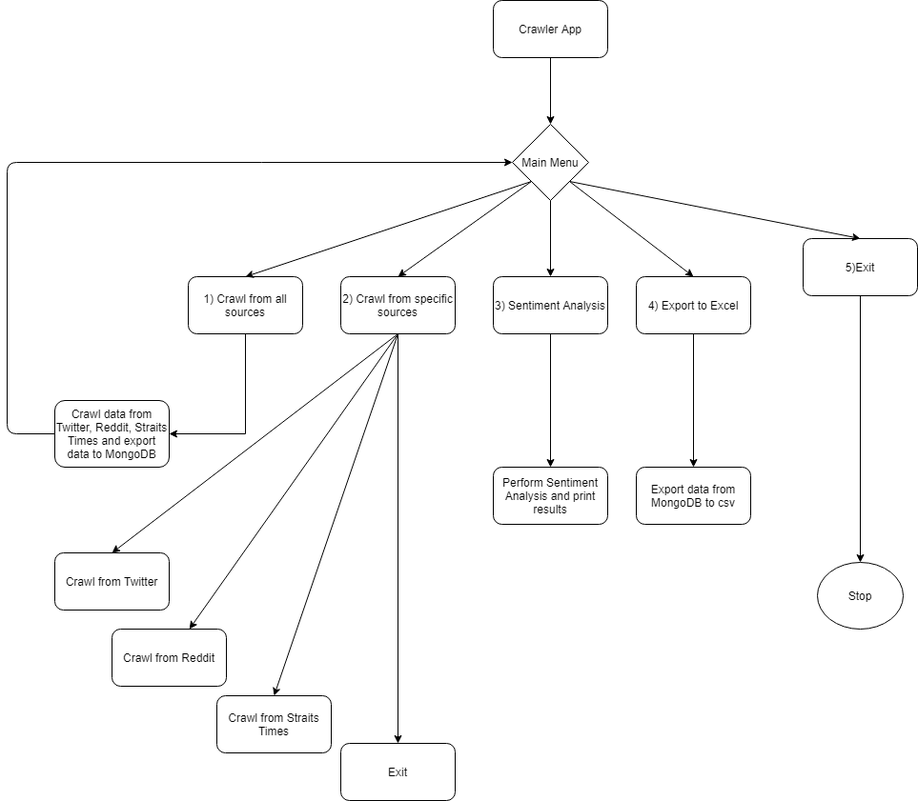
This is Spooder/Untitled Diagram.png from yxchia98/spooder, a draw.io export, as it was before one commit. Source tidied: cells renumbered, new cells last; positions are measured from the earlier drawing's top-left corner, leaving out a move shared by most shapes.
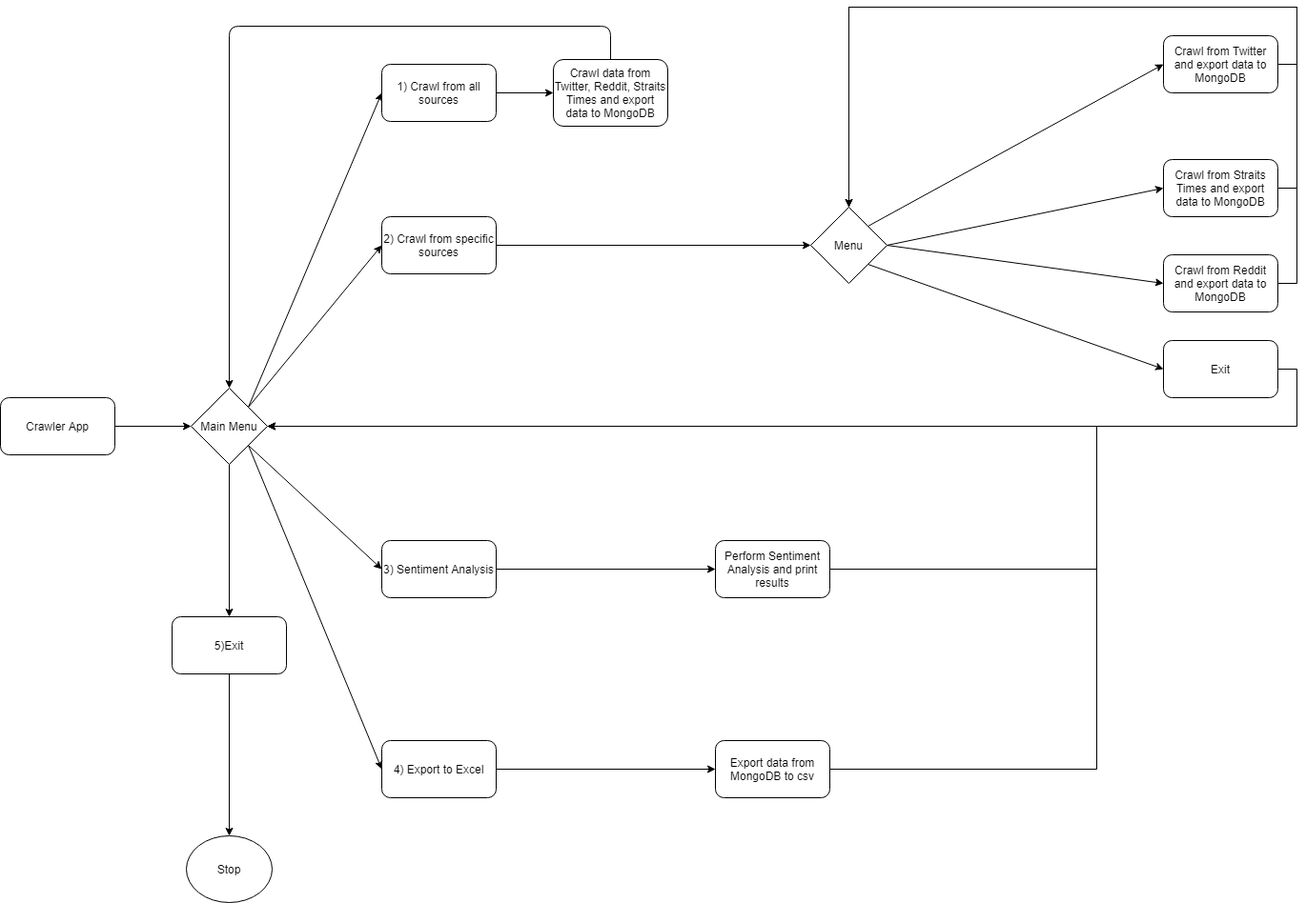
The same diagram one commit later.

The edit, as a diff of the source:
```diff
@@ -2,100 +2,157 @@
   <root>
     <mxCell id="0" />
     <mxCell id="1" parent="0" />
-    <mxCell id="2" style="edgeStyle=orthogonalEdgeStyle;rounded=0;jettySize=auto;html=1;exitX=0.5;exitY=1;exitDx=0;exitDy=0;entryX=1;entryY=0.5;entryDx=0;entryDy=0;" parent="1" edge="1" source="3" target="19">
+    <mxCell id="2" style="edgeStyle=orthogonalEdgeStyle;rounded=0;jettySize=auto;html=1;exitX=1;exitY=0.5;exitDx=0;exitDy=0;entryX=0;entryY=0.5;entryDx=0;entryDy=0;" parent="1" edge="1" source="3" target="19">
       <mxGeometry relative="1" as="geometry" />
     </mxCell>
     <mxCell id="3" value="1) Crawl from all sources" style="rounded=1;whiteSpace=wrap;html=1;" parent="1" vertex="1">
-      <mxGeometry x="190" y="290" width="120" height="60" as="geometry" />
+      <mxGeometry x="-250" y="40" width="120" height="60" as="geometry" />
     </mxCell>
-    <mxCell id="4" style="edgeStyle=orthogonalEdgeStyle;rounded=0;jettySize=auto;html=1;exitX=0.5;exitY=1;exitDx=0;exitDy=0;" parent="1" edge="1" source="5" target="29">
+    <mxCell id="4" style="edgeStyle=orthogonalEdgeStyle;rounded=0;jettySize=auto;html=1;exitX=1;exitY=0.5;exitDx=0;exitDy=0;entryX=0;entryY=0.5;entryDx=0;entryDy=0;" parent="1" edge="1" source="5" target="29">
       <mxGeometry relative="1" as="geometry" />
     </mxCell>
     <mxCell id="5" value="4) Export to Excel" style="rounded=1;whiteSpace=wrap;html=1;" parent="1" vertex="1">
-      <mxGeometry x="660" y="290" width="120" height="60" as="geometry" />
+      <mxGeometry x="-250" y="750" width="120" height="60" as="geometry" />
     </mxCell>
     <mxCell id="6" value="3) Sentiment Analysis" style="rounded=1;whiteSpace=wrap;html=1;" parent="1" vertex="1">
-      <mxGeometry x="510" y="290" width="120" height="60" as="geometry" />
+      <mxGeometry x="-250" y="540" width="120" height="60" as="geometry" />
     </mxCell>
+    <mxCell id="32" style="edgeStyle=orthogonalEdgeStyle;rounded=0;jettySize=auto;html=1;" parent="1" edge="1" source="7" target="39">
+      <mxGeometry relative="1" as="geometry" />
+    </mxCell>
     <mxCell id="7" value="2) Crawl from specific sources" style="rounded=1;whiteSpace=wrap;html=1;" parent="1" vertex="1">
-      <mxGeometry x="350" y="290" width="120" height="60" as="geometry" />
+      <mxGeometry x="-250" y="200" width="120" height="60" as="geometry" />
     </mxCell>
-    <mxCell id="8" style="edgeStyle=orthogonalEdgeStyle;rounded=0;jettySize=auto;html=1;exitX=0.5;exitY=1;exitDx=0;exitDy=0;" parent="1" edge="1" source="9" target="17">
+    <mxCell id="8" style="edgeStyle=orthogonalEdgeStyle;rounded=0;jettySize=auto;html=1;exitX=1;exitY=0.5;exitDx=0;exitDy=0;" parent="1" edge="1" source="9" target="17">
       <mxGeometry relative="1" as="geometry" />
     </mxCell>
     <mxCell id="9" value="Crawler App" style="rounded=1;whiteSpace=wrap;html=1;" parent="1" vertex="1">
-      <mxGeometry x="510" width="120" height="60" as="geometry" />
+      <mxGeometry x="-650" y="390" width="120" height="60" as="geometry" />
     </mxCell>
     <mxCell id="10" style="edgeStyle=orthogonalEdgeStyle;rounded=0;jettySize=auto;html=1;exitX=0.5;exitY=1;exitDx=0;exitDy=0;entryX=0.5;entryY=0;entryDx=0;entryDy=0;" parent="1" edge="1" source="11" target="18">
       <mxGeometry relative="1" as="geometry" />
     </mxCell>
     <mxCell id="11" value="5)Exit" style="rounded=1;whiteSpace=wrap;html=1;" parent="1" vertex="1">
-      <mxGeometry x="835" y="250" width="120" height="60" as="geometry" />
+      <mxGeometry x="-470" y="620" width="120" height="60" as="geometry" />
     </mxCell>
-    <mxCell id="12" style="endArrow=classic;html=1;entryX=0.5;entryY=0;entryDx=0;entryDy=0;exitX=0;exitY=1;exitDx=0;exitDy=0;" parent="1" edge="1" source="17" target="3">
+    <mxCell id="12" style="endArrow=classic;html=1;entryX=0;entryY=0.5;entryDx=0;entryDy=0;exitX=1;exitY=0;exitDx=0;exitDy=0;" parent="1" edge="1" source="17" target="3">
       <mxGeometry relative="1" as="geometry" />
     </mxCell>
-    <mxCell id="13" style="endArrow=classic;html=1;entryX=0.5;entryY=0;entryDx=0;entryDy=0;exitX=0;exitY=1;exitDx=0;exitDy=0;" parent="1" edge="1" source="17" target="7">
+    <mxCell id="13" style="endArrow=classic;html=1;entryX=0;entryY=0.5;entryDx=0;entryDy=0;exitX=1;exitY=0;exitDx=0;exitDy=0;" parent="1" edge="1" source="17" target="7">
       <mxGeometry relative="1" as="geometry" />
     </mxCell>
-    <mxCell id="14" style="endArrow=classic;html=1;entryX=0.5;entryY=0;entryDx=0;entryDy=0;exitX=0.5;exitY=1;exitDx=0;exitDy=0;" parent="1" edge="1" source="17" target="6">
+    <mxCell id="14" style="endArrow=classic;html=1;entryX=0;entryY=0.5;entryDx=0;entryDy=0;exitX=1;exitY=1;exitDx=0;exitDy=0;" parent="1" edge="1" source="17" target="6">
       <mxGeometry relative="1" as="geometry" />
     </mxCell>
-    <mxCell id="15" style="endArrow=classic;html=1;exitX=1;exitY=1;exitDx=0;exitDy=0;entryX=0.5;entryY=0;entryDx=0;entryDy=0;" parent="1" edge="1" source="17" target="5">
+    <mxCell id="15" style="endArrow=classic;html=1;exitX=1;exitY=1;exitDx=0;exitDy=0;entryX=0;entryY=0.5;entryDx=0;entryDy=0;" parent="1" edge="1" source="17" target="5">
       <mxGeometry relative="1" as="geometry" />
     </mxCell>
-    <mxCell id="16" style="endArrow=classic;html=1;entryX=0.5;entryY=0;entryDx=0;entryDy=0;exitX=1;exitY=1;exitDx=0;exitDy=0;" parent="1" edge="1" source="17" target="11">
+    <mxCell id="16" style="endArrow=classic;html=1;entryX=0.5;entryY=0;entryDx=0;entryDy=0;exitX=0.5;exitY=1;exitDx=0;exitDy=0;" parent="1" edge="1" source="17" target="11">
       <mxGeometry relative="1" as="geometry" />
     </mxCell>
     <mxCell id="17" value="Main Menu" style="rhombus;whiteSpace=wrap;html=1;" parent="1" vertex="1">
-      <mxGeometry x="530" y="130" width="80" height="80" as="geometry" />
+      <mxGeometry x="-450" y="380" width="80" height="80" as="geometry" />
     </mxCell>
     <mxCell id="18" value="Stop" style="ellipse;whiteSpace=wrap;html=1;" parent="1" vertex="1">
-      <mxGeometry x="850" y="590" width="90" height="70" as="geometry" />
+      <mxGeometry x="-455" y="850" width="90" height="70" as="geometry" />
     </mxCell>
     <mxCell id="19" value="Crawl data from Twitter, Reddit, Straits Times and export data to MongoDB" style="rounded=1;whiteSpace=wrap;html=1;" parent="1" vertex="1">
-      <mxGeometry x="50" y="420" width="120" height="70" as="geometry" />
+      <mxGeometry x="-70" y="35" width="120" height="70" as="geometry" />
     </mxCell>
-    <mxCell id="20" style="endArrow=classic;html=1;exitX=0;exitY=0.5;exitDx=0;exitDy=0;entryX=0;entryY=0.5;entryDx=0;entryDy=0;" parent="1" edge="1" source="19" target="17">
+    <mxCell id="20" style="endArrow=classic;html=1;exitX=0.5;exitY=0;exitDx=0;exitDy=0;entryX=0.5;entryY=0;entryDx=0;entryDy=0;" parent="1" edge="1" source="19" target="17">
       <mxGeometry relative="1" as="geometry">
         <Array as="points">
-          <mxPoint y="455" />
-          <mxPoint y="170" />
+          <mxPoint x="-10" />
+          <mxPoint x="-410" />
         </Array>
       </mxGeometry>
     </mxCell>
+    <mxCell id="33" style="edgeStyle=orthogonalEdgeStyle;rounded=0;jettySize=auto;html=1;entryX=0.5;entryY=0;entryDx=0;entryDy=0;exitX=1;exitY=0.5;exitDx=0;exitDy=0;" parent="1" edge="1" source="21" target="39">
+      <mxGeometry relative="1" as="geometry">
+        <Array as="points">
+          <mxPoint x="710" y="40" />
+          <mxPoint x="710" y="-20" />
+          <mxPoint x="240" y="-20" />
+        </Array>
+      </mxGeometry>
+    </mxCell>
-    <mxCell id="21" value="Crawl from Twitter" style="rounded=1;whiteSpace=wrap;html=1;" parent="1" vertex="1">
-      <mxGeometry x="50" y="580" width="120" height="60" as="geometry" />
+    <mxCell id="21" value="Crawl from Twitter and export data to MongoDB" style="rounded=1;whiteSpace=wrap;html=1;" parent="1" vertex="1">
+      <mxGeometry x="570" y="10" width="120" height="60" as="geometry" />
     </mxCell>
-    <mxCell id="22" style="endArrow=classic;html=1;exitX=0.5;exitY=1;exitDx=0;exitDy=0;entryX=0.5;entryY=0;entryDx=0;entryDy=0;" parent="1" edge="1" source="7" target="21">
+    <mxCell id="22" style="endArrow=classic;html=1;exitX=1;exitY=0;exitDx=0;exitDy=0;entryX=0;entryY=0.5;entryDx=0;entryDy=0;" parent="1" edge="1" source="39" target="21">
       <mxGeometry relative="1" as="geometry" />
     </mxCell>
+    <mxCell id="34" style="edgeStyle=orthogonalEdgeStyle;rounded=0;jettySize=auto;html=1;entryX=0.5;entryY=1;entryDx=0;entryDy=0;exitX=1;exitY=0.5;exitDx=0;exitDy=0;" parent="1" edge="1" source="23" target="39">
+      <mxGeometry relative="1" as="geometry">
+        <Array as="points">
+          <mxPoint x="710" y="270" />
+          <mxPoint x="710" y="-20" />
+          <mxPoint x="240" y="-20" />
+        </Array>
+      </mxGeometry>
+    </mxCell>
-    <mxCell id="23" value="Crawl from Reddit" style="rounded=1;whiteSpace=wrap;html=1;" parent="1" vertex="1">
-      <mxGeometry x="110" y="660" width="120" height="60" as="geometry" />
+    <mxCell id="23" value="Crawl from Reddit and export data to MongoDB" style="rounded=1;whiteSpace=wrap;html=1;" parent="1" vertex="1">
+      <mxGeometry x="570" y="240" width="120" height="60" as="geometry" />
     </mxCell>
+    <mxCell id="35" style="edgeStyle=orthogonalEdgeStyle;rounded=0;jettySize=auto;html=1;entryX=0.5;entryY=0;entryDx=0;entryDy=0;exitX=1;exitY=0.5;exitDx=0;exitDy=0;" parent="1" edge="1" source="24" target="39">
+      <mxGeometry relative="1" as="geometry">
+        <Array as="points">
+          <mxPoint x="710" y="170" />
+          <mxPoint x="710" y="-20" />
+          <mxPoint x="240" y="-20" />
+        </Array>
+      </mxGeometry>
+    </mxCell>
-    <mxCell id="24" value="Crawl from Straits Times" style="rounded=1;whiteSpace=wrap;html=1;" parent="1" vertex="1">
-      <mxGeometry x="220" y="730" width="120" height="60" as="geometry" />
+    <mxCell id="24" value="Crawl from Straits Times and export data to MongoDB" style="rounded=1;whiteSpace=wrap;html=1;" parent="1" vertex="1">
+      <mxGeometry x="570" y="140" width="120" height="60" as="geometry" />
     </mxCell>
-    <mxCell id="25" style="endArrow=classic;html=1;exitX=0.5;exitY=1;exitDx=0;exitDy=0;" parent="1" edge="1" source="7" target="23">
+    <mxCell id="25" style="endArrow=classic;html=1;entryX=0;entryY=0.5;entryDx=0;entryDy=0;exitX=1;exitY=0.5;exitDx=0;exitDy=0;" parent="1" edge="1" source="39" target="23">
       <mxGeometry relative="1" as="geometry" />
     </mxCell>
-    <mxCell id="26" style="endArrow=classic;html=1;exitX=0.5;exitY=1;exitDx=0;exitDy=0;entryX=0.5;entryY=0;entryDx=0;entryDy=0;" parent="1" edge="1" source="7" target="24">
+    <mxCell id="26" style="endArrow=classic;html=1;entryX=0;entryY=0.5;entryDx=0;entryDy=0;exitX=1;exitY=0.5;exitDx=0;exitDy=0;" parent="1" edge="1" source="39" target="24">
       <mxGeometry relative="1" as="geometry" />
     </mxCell>
+    <mxCell id="36" style="edgeStyle=orthogonalEdgeStyle;rounded=0;jettySize=auto;html=1;entryX=1;entryY=0.5;entryDx=0;entryDy=0;" parent="1" edge="1" source="27" target="17">
+      <mxGeometry relative="1" as="geometry">
+        <Array as="points">
+          <mxPoint x="500" y="570" />
+          <mxPoint x="500" y="420" />
+        </Array>
+      </mxGeometry>
+    </mxCell>
     <mxCell id="27" value="Perform Sentiment Analysis and print results" style="rounded=1;whiteSpace=wrap;html=1;" parent="1" vertex="1">
-      <mxGeometry x="510" y="490" width="120" height="60" as="geometry" />
+      <mxGeometry x="100" y="540" width="120" height="60" as="geometry" />
     </mxCell>
-    <mxCell id="28" style="endArrow=classic;html=1;entryX=0.5;entryY=0;entryDx=0;entryDy=0;exitX=0.5;exitY=1;exitDx=0;exitDy=0;" parent="1" edge="1" source="6" target="27">
+    <mxCell id="28" style="endArrow=classic;html=1;entryX=0;entryY=0.5;entryDx=0;entryDy=0;exitX=1;exitY=0.5;exitDx=0;exitDy=0;" parent="1" edge="1" source="6" target="27">
       <mxGeometry relative="1" as="geometry" />
     </mxCell>
+    <mxCell id="37" style="edgeStyle=orthogonalEdgeStyle;rounded=0;jettySize=auto;html=1;entryX=1;entryY=0.5;entryDx=0;entryDy=0;" parent="1" edge="1" source="29" target="17">
+      <mxGeometry relative="1" as="geometry">
+        <Array as="points">
+          <mxPoint x="500" y="780" />
+          <mxPoint x="500" y="420" />
+        </Array>
+      </mxGeometry>
+    </mxCell>
     <mxCell id="29" value="Export data from MongoDB to csv" style="rounded=1;whiteSpace=wrap;html=1;" parent="1" vertex="1">
-      <mxGeometry x="660" y="490" width="120" height="60" as="geometry" />
+      <mxGeometry x="100" y="750" width="120" height="60" as="geometry" />
     </mxCell>
+    <mxCell id="38" style="edgeStyle=orthogonalEdgeStyle;rounded=0;jettySize=auto;html=1;entryX=1;entryY=0.5;entryDx=0;entryDy=0;exitX=1;exitY=0.5;exitDx=0;exitDy=0;" parent="1" edge="1" source="30" target="17">
+      <mxGeometry relative="1" as="geometry">
+        <Array as="points">
+          <mxPoint x="710" y="360" />
+          <mxPoint x="710" y="420" />
+        </Array>
+      </mxGeometry>
+    </mxCell>
     <mxCell id="30" value="Exit" style="rounded=1;whiteSpace=wrap;html=1;" parent="1" vertex="1">
-      <mxGeometry x="350" y="780" width="120" height="60" as="geometry" />
+      <mxGeometry x="570" y="330" width="120" height="60" as="geometry" />
     </mxCell>
-    <mxCell id="31" style="endArrow=classic;html=1;entryX=0.5;entryY=0;entryDx=0;entryDy=0;exitX=0.5;exitY=1;exitDx=0;exitDy=0;" parent="1" edge="1" source="7" target="30">
+    <mxCell id="31" style="endArrow=classic;html=1;entryX=0;entryY=0.5;entryDx=0;entryDy=0;exitX=1;exitY=1;exitDx=0;exitDy=0;" parent="1" edge="1" source="39" target="30">
       <mxGeometry relative="1" as="geometry" />
     </mxCell>
+    <mxCell id="39" value="Menu" style="rhombus;whiteSpace=wrap;html=1;" parent="1" vertex="1">
+      <mxGeometry x="200" y="190" width="80" height="80" as="geometry" />
+    </mxCell>
   </root>
 </mxGraphModel>
```
